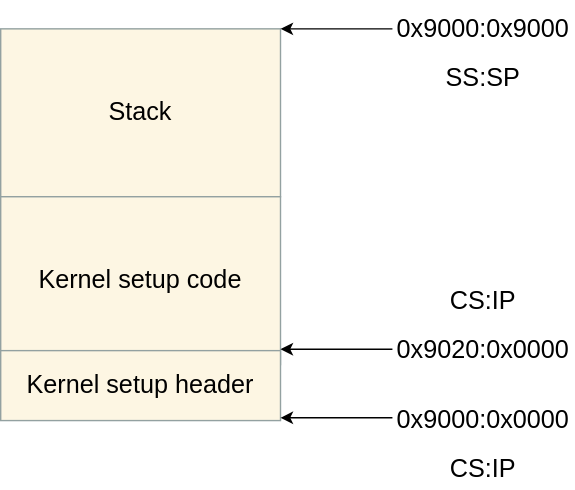
Earlier version of the draw.io export Booting/images/early-stack.svg (0xAX/linux-insides). Source tidied: cells renumbered, new cells last; positions are measured from the earlier drawing's top-left corner, leaving out a move shared by most shapes. The source it was exported from:
```xml
<mxGraphModel>
  <root>
    <mxCell id="0" />
    <mxCell id="1" parent="0" />
    <mxCell id="2" value="&lt;font style=&quot;font-size: 18px;&quot;&gt;Stack&lt;/font&gt;" style="rounded=0;whiteSpace=wrap;html=1;fillColor=#FDF6E3;strokeColor=#93A1A1;strokeWidth=1;" parent="1" vertex="1">
      <mxGeometry y="20" width="200" height="120" as="geometry" />
    </mxCell>
    <mxCell id="3" value="&lt;font style=&quot;font-size: 18px;&quot;&gt;Kernel setup code&lt;/font&gt;" style="rounded=0;whiteSpace=wrap;html=1;gradientColor=none;fillColor=#FDF6E3;fillStyle=auto;strokeWidth=1;strokeColor=#93A1A1;" parent="1" vertex="1">
      <mxGeometry y="140" width="200" height="120" as="geometry" />
    </mxCell>
    <mxCell id="4" style="edgeStyle=orthogonalEdgeStyle;rounded=0;jettySize=auto;html=1;entryX=1;entryY=0;entryDx=0;entryDy=0;" parent="1" edge="1" source="5" target="2">
      <mxGeometry relative="1" as="geometry">
        <Array as="points">
          <mxPoint x="220" y="20" />
          <mxPoint x="220" y="20" />
        </Array>
      </mxGeometry>
    </mxCell>
    <mxCell id="5" value="&lt;font style=&quot;font-size: 18px;&quot;&gt;0x9000:0x9000&lt;/font&gt;" style="text;html=1;align=center;verticalAlign=middle;whiteSpace=wrap;rounded=0;" parent="1" vertex="1">
      <mxGeometry x="280" width="130" height="40" as="geometry" />
    </mxCell>
    <mxCell id="6" value="&lt;font style=&quot;font-size: 18px;&quot;&gt;0x9020:0x0000&lt;/font&gt;" style="text;html=1;align=center;verticalAlign=middle;whiteSpace=wrap;rounded=0;" parent="1" vertex="1">
      <mxGeometry x="280" y="230" width="130" height="40" as="geometry" />
    </mxCell>
    <mxCell id="7" style="edgeStyle=orthogonalEdgeStyle;rounded=0;orthogonalLoop=1;jettySize=auto;html=1;entryX=1;entryY=0;entryDx=0;entryDy=0;" parent="1" edge="1">
      <mxGeometry relative="1" as="geometry">
        <mxPoint x="280" y="249" as="sourcePoint" />
        <mxPoint x="200" y="249" as="targetPoint" />
        <Array as="points">
          <mxPoint x="220" y="249" />
          <mxPoint x="220" y="249" />
        </Array>
      </mxGeometry>
    </mxCell>
    <mxCell id="8" value="&lt;font style=&quot;font-size: 18px;&quot;&gt;CS:IP&lt;/font&gt;" style="text;html=1;align=center;verticalAlign=middle;whiteSpace=wrap;rounded=0;" parent="1" vertex="1">
      <mxGeometry x="315" y="200" width="60" height="30" as="geometry" />
    </mxCell>
    <mxCell id="9" value="&lt;div&gt;SS:SP&lt;/div&gt;" style="text;html=1;align=center;verticalAlign=middle;whiteSpace=wrap;rounded=0;fontSize=18;" parent="1" vertex="1">
      <mxGeometry x="315" y="40" width="60" height="30" as="geometry" />
    </mxCell>
    <mxCell id="10" value="&lt;font style=&quot;font-size: 18px;&quot;&gt;Kernel setup header&lt;/font&gt;" style="rounded=0;whiteSpace=wrap;html=1;gradientColor=none;fillColor=#FDF6E3;fillStyle=auto;strokeWidth=1;strokeColor=#93A1A1;" parent="1" vertex="1">
      <mxGeometry y="250" width="200" height="50" as="geometry" />
    </mxCell>
    <mxCell id="11" value="&lt;font style=&quot;font-size: 18px;&quot;&gt;0x9000:0x0000&lt;/font&gt;" style="text;html=1;align=center;verticalAlign=middle;whiteSpace=wrap;rounded=0;" parent="1" vertex="1">
      <mxGeometry x="280" y="280" width="130" height="40" as="geometry" />
    </mxCell>
    <mxCell id="12" style="edgeStyle=orthogonalEdgeStyle;rounded=0;orthogonalLoop=1;jettySize=auto;html=1;entryX=1;entryY=0;entryDx=0;entryDy=0;" parent="1" edge="1">
      <mxGeometry relative="1" as="geometry">
        <mxPoint x="280" y="298" as="sourcePoint" />
        <mxPoint x="200" y="298" as="targetPoint" />
        <Array as="points">
          <mxPoint x="220" y="298" />
          <mxPoint x="220" y="298" />
        </Array>
      </mxGeometry>
    </mxCell>
    <mxCell id="13" value="&lt;font style=&quot;font-size: 18px;&quot;&gt;CS:IP&lt;/font&gt;" style="text;html=1;align=center;verticalAlign=middle;whiteSpace=wrap;rounded=0;" parent="1" vertex="1">
      <mxGeometry x="315" y="320" width="60" height="30" as="geometry" />
    </mxCell>
  </root>
</mxGraphModel>
```
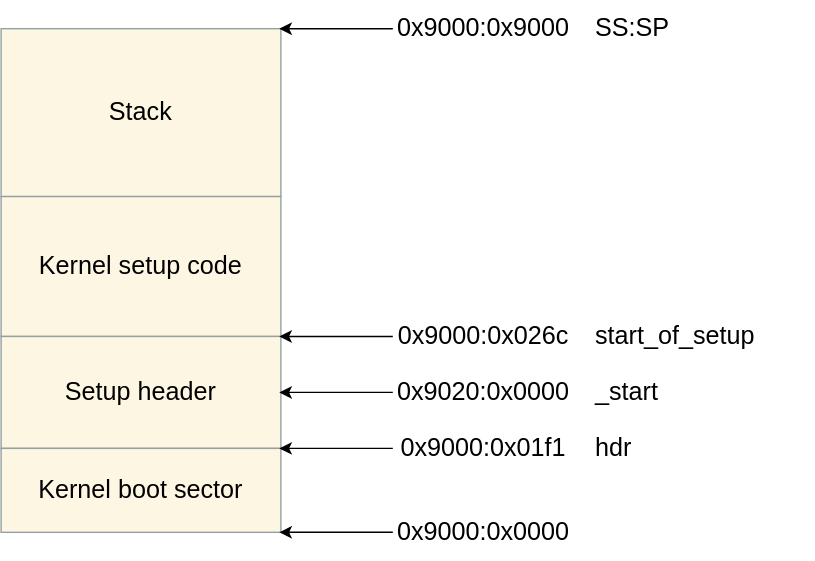
Above is the later version.

Commit message:
boot: fix stack/bss/heap diagrams

What changed in the source:
```diff
@@ -2,60 +2,74 @@
   <root>
     <mxCell id="0" />
     <mxCell id="1" parent="0" />
-    <mxCell id="2" value="&lt;font style=&quot;font-size: 18px;&quot;&gt;Stack&lt;/font&gt;" style="rounded=0;whiteSpace=wrap;html=1;fillColor=#FDF6E3;strokeColor=#93A1A1;strokeWidth=1;" parent="1" vertex="1">
-      <mxGeometry y="20" width="200" height="120" as="geometry" />
+    <mxCell id="2" value="Stack" style="rounded=0;whiteSpace=wrap;html=1;fillColor=#FDF6E3;strokeColor=#93A1A1;strokeWidth=1;fontColor=#000000;fontSize=18;fontFamily=Helvetica;" parent="1" vertex="1">
+      <mxGeometry y="-100" width="200" height="120" as="geometry" />
     </mxCell>
-    <mxCell id="3" value="&lt;font style=&quot;font-size: 18px;&quot;&gt;Kernel setup code&lt;/font&gt;" style="rounded=0;whiteSpace=wrap;html=1;gradientColor=none;fillColor=#FDF6E3;fillStyle=auto;strokeWidth=1;strokeColor=#93A1A1;" parent="1" vertex="1">
-      <mxGeometry y="140" width="200" height="120" as="geometry" />
+    <mxCell id="3" value="Kernel setup code" style="rounded=0;whiteSpace=wrap;html=1;fillColor=#FDF6E3;strokeColor=#93A1A1;strokeWidth=1;fontColor=#000000;fontSize=18;fontFamily=Helvetica;" parent="1" vertex="1">
+      <mxGeometry y="20" width="200" height="100" as="geometry" />
     </mxCell>
-    <mxCell id="4" style="edgeStyle=orthogonalEdgeStyle;rounded=0;jettySize=auto;html=1;entryX=1;entryY=0;entryDx=0;entryDy=0;" parent="1" edge="1" source="5" target="2">
-      <mxGeometry relative="1" as="geometry">
-        <Array as="points">
-          <mxPoint x="220" y="20" />
-          <mxPoint x="220" y="20" />
-        </Array>
-      </mxGeometry>
-    </mxCell>
+    <mxCell id="14" value="Setup header" style="rounded=0;whiteSpace=wrap;html=1;fillColor=#FDF6E3;strokeColor=#93A1A1;strokeWidth=1;fontColor=#000000;fontSize=18;fontFamily=Helvetica;" parent="1" vertex="1">
+      <mxGeometry y="120" width="200" height="80" as="geometry" />
+    </mxCell>
+    <mxCell id="15" value="Kernel boot sector" style="rounded=0;whiteSpace=wrap;html=1;fillColor=#FDF6E3;strokeColor=#93A1A1;strokeWidth=1;fontColor=#000000;fontSize=18;fontFamily=Helvetica;" parent="1" vertex="1">
+      <mxGeometry y="200" width="200" height="60" as="geometry" />
+    </mxCell>
+    <mxCell id="16" style="edgeStyle=orthogonalEdgeStyle;rounded=0;orthogonalLoop=1;html=1;" parent="1" edge="1">
+      <mxGeometry relative="1" as="geometry">
+        <mxPoint x="280" y="-100" as="sourcePoint" />
+        <mxPoint x="200" y="-100" as="targetPoint" />
+      </mxGeometry>
+    </mxCell>
-    <mxCell id="5" value="&lt;font style=&quot;font-size: 18px;&quot;&gt;0x9000:0x9000&lt;/font&gt;" style="text;html=1;align=center;verticalAlign=middle;whiteSpace=wrap;rounded=0;" parent="1" vertex="1">
-      <mxGeometry x="280" width="130" height="40" as="geometry" />
+    <mxCell id="5" value="0x9000:0x9000" style="text;html=1;align=center;verticalAlign=middle;whiteSpace=wrap;rounded=0;fontSize=18;fontFamily=Helvetica;fontColor=#000000;" parent="1" vertex="1">
+      <mxGeometry x="280" y="-115" width="130" height="30" as="geometry" />
     </mxCell>
+    <mxCell id="9" value="SS:SP" style="text;html=1;align=left;verticalAlign=middle;whiteSpace=nowrap;rounded=0;fontSize=18;fontFamily=Helvetica;fontColor=#000000;" parent="1" vertex="1">
+      <mxGeometry x="425" y="-115" width="157" height="30" as="geometry" />
+    </mxCell>
+    <mxCell id="17" style="edgeStyle=orthogonalEdgeStyle;rounded=0;orthogonalLoop=1;html=1;" parent="1" edge="1">
+      <mxGeometry relative="1" as="geometry">
+        <mxPoint x="280" y="120" as="sourcePoint" />
+        <mxPoint x="200" y="120" as="targetPoint" />
+      </mxGeometry>
+    </mxCell>
+    <mxCell id="18" value="0x9000:0x026c" style="text;html=1;align=center;verticalAlign=middle;whiteSpace=wrap;rounded=0;fontSize=18;fontFamily=Helvetica;fontColor=#000000;" parent="1" vertex="1">
+      <mxGeometry x="280" y="105" width="130" height="30" as="geometry" />
+    </mxCell>
+    <mxCell id="19" value="start_of_setup" style="text;html=1;align=left;verticalAlign=middle;whiteSpace=nowrap;rounded=0;fontSize=18;fontFamily=Helvetica;fontColor=#000000;" parent="1" vertex="1">
+      <mxGeometry x="425" y="105" width="157" height="30" as="geometry" />
+    </mxCell>
+    <mxCell id="20" style="edgeStyle=orthogonalEdgeStyle;rounded=0;orthogonalLoop=1;html=1;" parent="1" edge="1">
+      <mxGeometry relative="1" as="geometry">
+        <mxPoint x="280" y="160" as="sourcePoint" />
+        <mxPoint x="200" y="160" as="targetPoint" />
+      </mxGeometry>
+    </mxCell>
-    <mxCell id="6" value="&lt;font style=&quot;font-size: 18px;&quot;&gt;0x9020:0x0000&lt;/font&gt;" style="text;html=1;align=center;verticalAlign=middle;whiteSpace=wrap;rounded=0;" parent="1" vertex="1">
-      <mxGeometry x="280" y="230" width="130" height="40" as="geometry" />
+    <mxCell id="6" value="0x9020:0x0000" style="text;html=1;align=center;verticalAlign=middle;whiteSpace=wrap;rounded=0;fontSize=18;fontFamily=Helvetica;fontColor=#000000;" parent="1" vertex="1">
+      <mxGeometry x="280" y="145" width="130" height="30" as="geometry" />
     </mxCell>
-    <mxCell id="7" style="edgeStyle=orthogonalEdgeStyle;rounded=0;orthogonalLoop=1;jettySize=auto;html=1;entryX=1;entryY=0;entryDx=0;entryDy=0;" parent="1" edge="1">
-      <mxGeometry relative="1" as="geometry">
-        <mxPoint x="280" y="249" as="sourcePoint" />
-        <mxPoint x="200" y="249" as="targetPoint" />
-        <Array as="points">
-          <mxPoint x="220" y="249" />
-          <mxPoint x="220" y="249" />
-        </Array>
-      </mxGeometry>
-    </mxCell>
-    <mxCell id="8" value="&lt;font style=&quot;font-size: 18px;&quot;&gt;CS:IP&lt;/font&gt;" style="text;html=1;align=center;verticalAlign=middle;whiteSpace=wrap;rounded=0;" parent="1" vertex="1">
-      <mxGeometry x="315" y="200" width="60" height="30" as="geometry" />
-    </mxCell>
-    <mxCell id="9" value="&lt;div&gt;SS:SP&lt;/div&gt;" style="text;html=1;align=center;verticalAlign=middle;whiteSpace=wrap;rounded=0;fontSize=18;" parent="1" vertex="1">
-      <mxGeometry x="315" y="40" width="60" height="30" as="geometry" />
-    </mxCell>
-    <mxCell id="10" value="&lt;font style=&quot;font-size: 18px;&quot;&gt;Kernel setup header&lt;/font&gt;" style="rounded=0;whiteSpace=wrap;html=1;gradientColor=none;fillColor=#FDF6E3;fillStyle=auto;strokeWidth=1;strokeColor=#93A1A1;" parent="1" vertex="1">
-      <mxGeometry y="250" width="200" height="50" as="geometry" />
-    </mxCell>
+    <mxCell id="21" value="_start" style="text;html=1;align=left;verticalAlign=middle;whiteSpace=nowrap;rounded=0;fontSize=18;fontFamily=Helvetica;fontColor=#000000;" parent="1" vertex="1">
+      <mxGeometry x="425" y="145" width="157" height="30" as="geometry" />
+    </mxCell>
+    <mxCell id="22" style="edgeStyle=orthogonalEdgeStyle;rounded=0;orthogonalLoop=1;html=1;" parent="1" edge="1">
+      <mxGeometry relative="1" as="geometry">
+        <mxPoint x="280" y="200" as="sourcePoint" />
+        <mxPoint x="200" y="200" as="targetPoint" />
+      </mxGeometry>
+    </mxCell>
+    <mxCell id="23" value="0x9000:0x01f1" style="text;html=1;align=center;verticalAlign=middle;whiteSpace=wrap;rounded=0;fontSize=18;fontFamily=Helvetica;fontColor=#000000;" parent="1" vertex="1">
+      <mxGeometry x="280" y="185" width="130" height="30" as="geometry" />
+    </mxCell>
+    <mxCell id="24" value="hdr" style="text;html=1;align=left;verticalAlign=middle;whiteSpace=nowrap;rounded=0;fontSize=18;fontFamily=Helvetica;fontColor=#000000;" parent="1" vertex="1">
+      <mxGeometry x="425" y="185" width="157" height="30" as="geometry" />
+    </mxCell>
+    <mxCell id="25" style="edgeStyle=orthogonalEdgeStyle;rounded=0;orthogonalLoop=1;html=1;" parent="1" edge="1">
+      <mxGeometry relative="1" as="geometry">
+        <mxPoint x="280" y="260" as="sourcePoint" />
+        <mxPoint x="200" y="260" as="targetPoint" />
+      </mxGeometry>
+    </mxCell>
-    <mxCell id="11" value="&lt;font style=&quot;font-size: 18px;&quot;&gt;0x9000:0x0000&lt;/font&gt;" style="text;html=1;align=center;verticalAlign=middle;whiteSpace=wrap;rounded=0;" parent="1" vertex="1">
-      <mxGeometry x="280" y="280" width="130" height="40" as="geometry" />
+    <mxCell id="11" value="0x9000:0x0000" style="text;html=1;align=center;verticalAlign=middle;whiteSpace=wrap;rounded=0;fontSize=18;fontFamily=Helvetica;fontColor=#000000;" parent="1" vertex="1">
+      <mxGeometry x="280" y="245" width="130" height="30" as="geometry" />
     </mxCell>
-    <mxCell id="12" style="edgeStyle=orthogonalEdgeStyle;rounded=0;orthogonalLoop=1;jettySize=auto;html=1;entryX=1;entryY=0;entryDx=0;entryDy=0;" parent="1" edge="1">
-      <mxGeometry relative="1" as="geometry">
-        <mxPoint x="280" y="298" as="sourcePoint" />
-        <mxPoint x="200" y="298" as="targetPoint" />
-        <Array as="points">
-          <mxPoint x="220" y="298" />
-          <mxPoint x="220" y="298" />
-        </Array>
-      </mxGeometry>
-    </mxCell>
-    <mxCell id="13" value="&lt;font style=&quot;font-size: 18px;&quot;&gt;CS:IP&lt;/font&gt;" style="text;html=1;align=center;verticalAlign=middle;whiteSpace=wrap;rounded=0;" parent="1" vertex="1">
-      <mxGeometry x="315" y="320" width="60" height="30" as="geometry" />
-    </mxCell>
   </root>
 </mxGraphModel>
```
